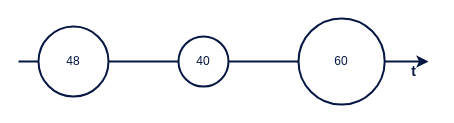
Above: page "Page-3" (4 of 6) of prometheus.drawio in oliv37/prometheus-article (draw.io), before the change. Source tidied: cells renumbered, new cells numbered last; positions are measured from the earlier drawing's top-left corner, leaving out a move shared by most shapes. Both pictures are drawn from the tidied source at 100%, with x=0, y=0 at pixel (18, 18).
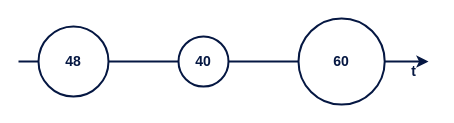
Above is the later version.

What changed in the source:
```diff
@@
 <mxGraphModel>
   <root>
     <mxCell id="0" />
     <mxCell id="1" parent="0" />
     <mxCell id="2" style="endArrow=classic;html=1;rounded=0;strokeColor=#051742;strokeWidth=2;fontSize=10;fontColor=#051742;startArrow=none;" parent="1" edge="1" source="8">
       <mxGeometry relative="1" as="geometry">
         <mxPoint x="410" y="43" as="targetPoint" />
       </mxGeometry>
     </mxCell>
     <mxCell id="3" value="&lt;font style=&quot;font-size: 14px;&quot;&gt;t&lt;/font&gt;" style="text;html=1;align=center;verticalAlign=middle;fillColor=none;strokeColor=none;rounded=0;strokeWidth=2;fontSize=10;fontColor=#051742;fontStyle=1;" parent="1" vertex="1">
       <mxGeometry x="380" y="38" width="30" height="30" as="geometry" />
     </mxCell>
-    <mxCell id="4" value="48" style="ellipse;whiteSpace=wrap;html=1;strokeColor=#051742;strokeWidth=2;fontSize=12;fontColor=#051742;" parent="1" vertex="1">
+    <mxCell id="4" value="&lt;font style=&quot;font-size: 14px;&quot;&gt;&lt;b&gt;48&lt;/b&gt;&lt;/font&gt;" style="ellipse;whiteSpace=wrap;html=1;strokeColor=#051742;strokeWidth=2;fontSize=12;fontColor=#051742;" parent="1" vertex="1">
       <mxGeometry x="20" y="8" width="70" height="70" as="geometry" />
     </mxCell>
     <mxCell id="5" style="endArrow=none;html=1;rounded=0;strokeColor=#051742;strokeWidth=2;fontSize=10;fontColor=#051742;" parent="1" edge="1" target="4">
       <mxGeometry relative="1" as="geometry">
         <mxPoint y="43" as="sourcePoint" />
       </mxGeometry>
     </mxCell>
-    <mxCell id="6" value="40" style="ellipse;whiteSpace=wrap;html=1;strokeColor=#051742;strokeWidth=2;fontSize=12;fontColor=#051742;" parent="1" vertex="1">
+    <mxCell id="6" value="&lt;font style=&quot;font-size: 14px;&quot;&gt;&lt;b&gt;40&lt;/b&gt;&lt;/font&gt;" style="ellipse;whiteSpace=wrap;html=1;strokeColor=#051742;strokeWidth=2;fontSize=12;fontColor=#051742;" parent="1" vertex="1">
       <mxGeometry x="160" y="18" width="50" height="50" as="geometry" />
     </mxCell>
     <mxCell id="7" style="endArrow=none;html=1;rounded=0;strokeColor=#051742;strokeWidth=2;fontSize=10;fontColor=#051742;startArrow=none;" parent="1" edge="1" source="4" target="6">
       <mxGeometry relative="1" as="geometry" />
     </mxCell>
-    <mxCell id="8" value="60" style="ellipse;whiteSpace=wrap;html=1;strokeColor=#051742;strokeWidth=2;fontSize=12;fontColor=#051742;" parent="1" vertex="1">
+    <mxCell id="8" value="&lt;font style=&quot;font-size: 14px;&quot;&gt;&lt;b&gt;60&lt;/b&gt;&lt;/font&gt;" style="ellipse;whiteSpace=wrap;html=1;strokeColor=#051742;strokeWidth=2;fontSize=12;fontColor=#051742;" parent="1" vertex="1">
       <mxGeometry x="280" y="-0.1" width="86.2" height="86.2" as="geometry" />
     </mxCell>
     <mxCell id="9" style="endArrow=none;html=1;rounded=0;strokeColor=#051742;strokeWidth=2;fontSize=10;fontColor=#051742;startArrow=none;" parent="1" edge="1" source="6" target="8">
       <mxGeometry relative="1" as="geometry" />
     </mxCell>
   </root>
 </mxGraphModel>
```
